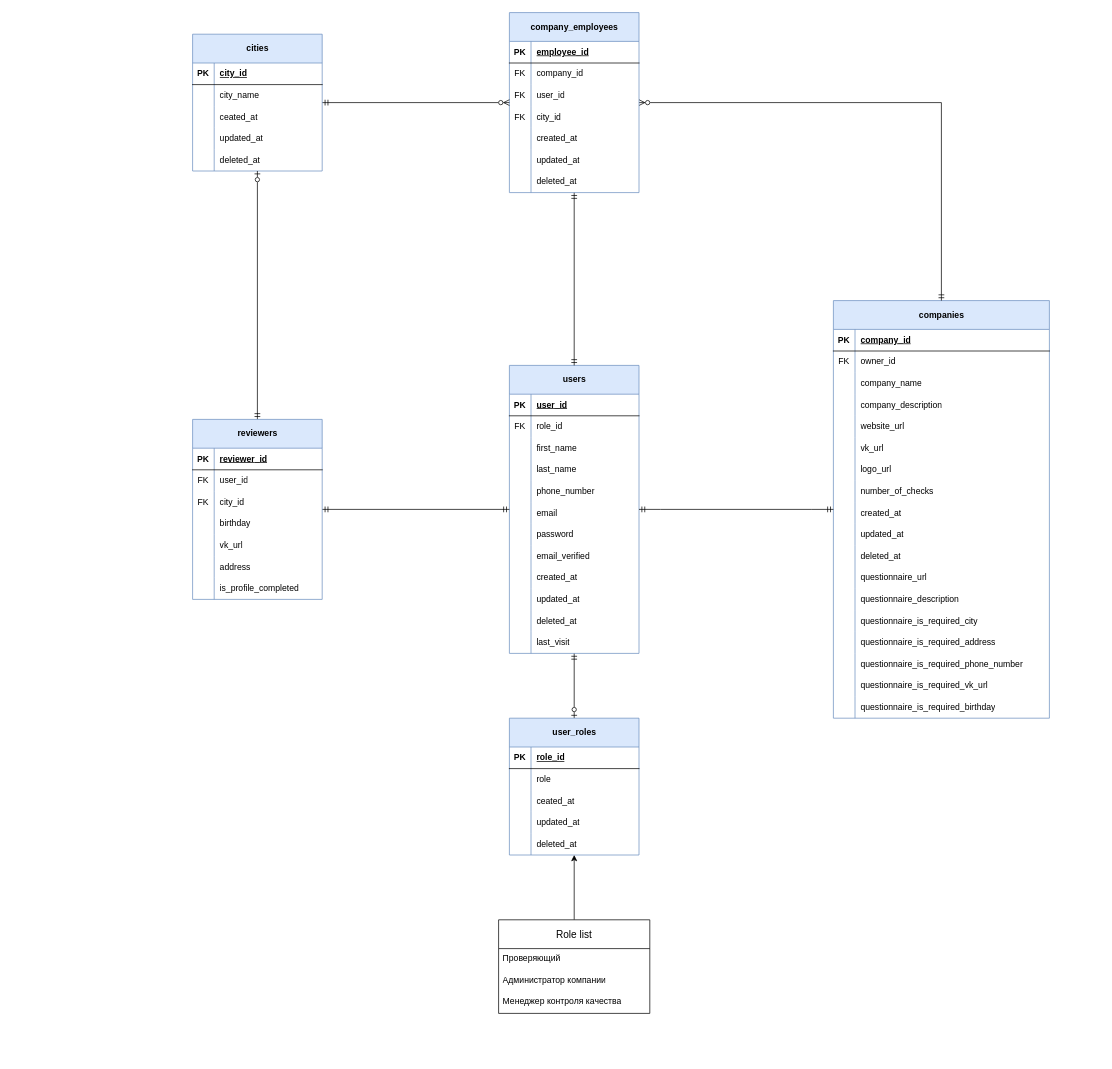
Before: db-schema.drawio in kuznetsovsky/stealth-check-api, a draw.io diagram. Source tidied: cells renumbered, new cells numbered last; positions are measured from the earlier drawing's top-left corner, leaving out a move shared by most shapes. Both pictures are drawn from the tidied source at 72%, with x=0, y=0 at pixel (192, 12).
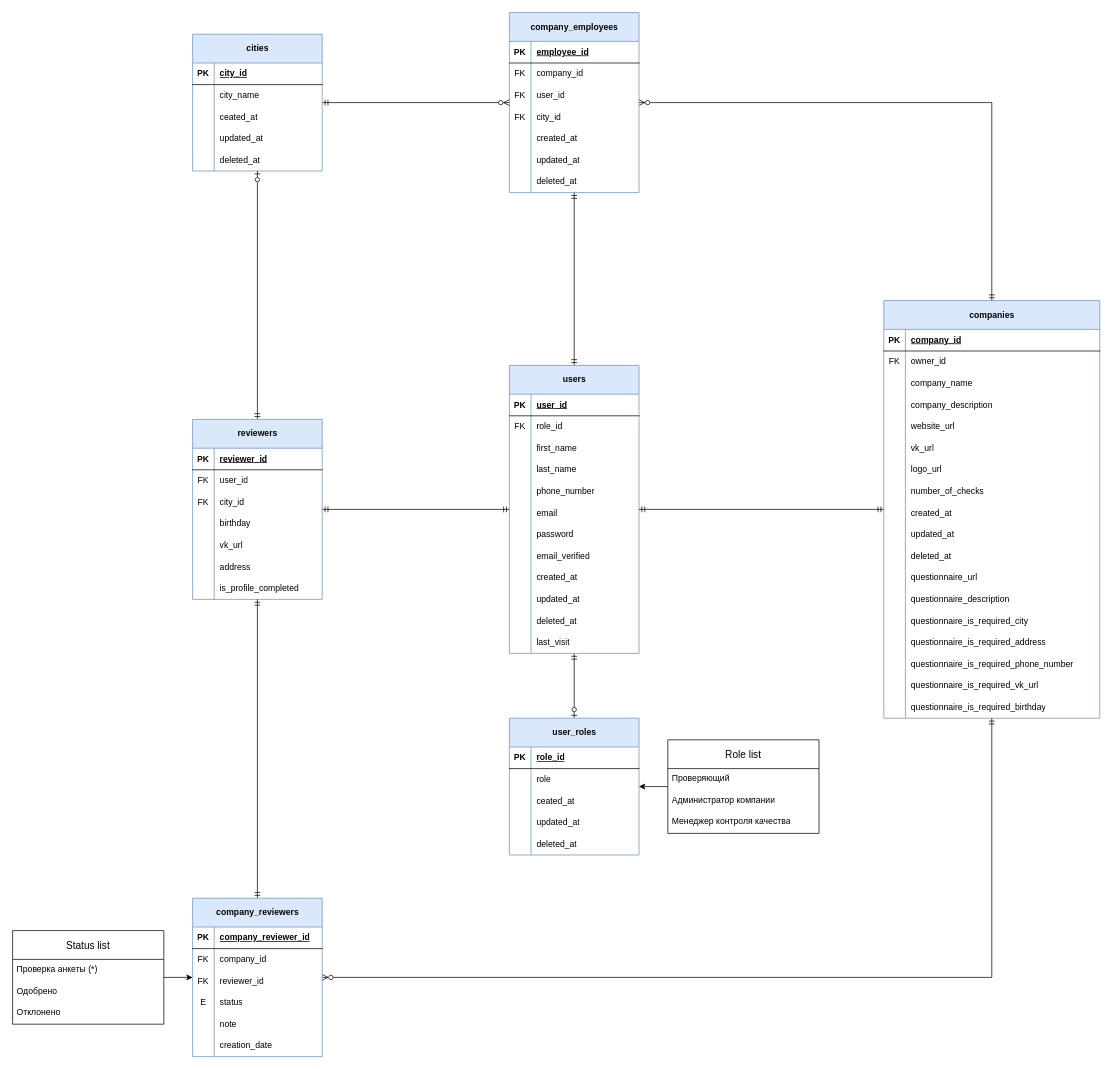
The same page after the edit.

Commit message:
chore: create company reviewers table schema

Unchanged cells that the change refers to:
```xml
<mxCell id="160" value="reviewers" style="shape=table;startSize=40;childLayout=tableLayout;rowLines=0;fontStyle=1;align=center;html=1;fillColor=#dae8fc;strokeColor=#6c8ebf;" parent="1" vertex="1">
  <mxGeometry y="565" width="180" height="250" as="geometry" />
</mxCell>
```

Diff of the diagram source:
```diff
@@
     <mxCell id="57" value="Role list" style="swimlane;fontStyle=0;horizontal=1;startSize=40;align=center;fontSize=14;" parent="1" vertex="1">
-      <mxGeometry x="425" y="1260" width="210" height="130" as="geometry" />
+      <mxGeometry x="660" y="1010" width="210" height="130" as="geometry" />
     </mxCell>
@@
     <mxCell id="61" value="companies" style="shape=table;startSize=40;childLayout=tableLayout;rowLines=0;fontStyle=1;align=center;html=1;fillColor=#dae8fc;strokeColor=#6c8ebf;" parent="1" vertex="1">
-      <mxGeometry x="890" y="400" width="300" height="580" as="geometry" />
+      <mxGeometry x="960" y="400" width="300" height="580" as="geometry" />
     </mxCell>
@@
+    <mxCell id="182" style="edgeStyle=orthogonalEdgeStyle;rounded=0;jettySize=auto;html=1;startArrow=ERmandOne;startFill=0;endArrow=ERmandOne;endFill=0;" parent="1" edge="1" source="184" target="160">
+      <mxGeometry relative="1" as="geometry" />
+    </mxCell>
+    <mxCell id="183" style="edgeStyle=orthogonalEdgeStyle;rounded=0;jettySize=auto;html=1;endArrow=ERmandOne;endFill=0;startArrow=ERzeroToMany;startFill=0;" parent="1" edge="1" source="184" target="61">
+      <mxGeometry relative="1" as="geometry" />
+    </mxCell>
+    <mxCell id="184" value="company_reviewers" style="shape=table;startSize=40;childLayout=tableLayout;rowLines=0;fontStyle=1;align=center;html=1;fillColor=#dae8fc;strokeColor=#6c8ebf;" parent="1" vertex="1">
+      <mxGeometry y="1230" width="180" height="220" as="geometry" />
+    </mxCell>
+    <mxCell id="185" style="shape=tableRow;horizontal=0;startSize=0;swimlaneHead=0;swimlaneBody=0;fillColor=none;top=0;left=0;right=0;bottom=1;" parent="184" vertex="1">
+      <mxGeometry y="40" width="180" height="30" as="geometry" />
+    </mxCell>
+    <mxCell id="186" value="PK" style="shape=partialRectangle;fillColor=none;top=0;left=0;bottom=0;right=0;fontStyle=1;overflow=hidden;whiteSpace=wrap;html=1;" parent="185" vertex="1">
+      <mxGeometry width="30" height="30" as="geometry" />
+    </mxCell>
+    <mxCell id="187" value="&lt;span style=&quot;text-align: center; text-wrap-mode: nowrap;&quot;&gt;company_reviewer&lt;/span&gt;_id" style="shape=partialRectangle;fillColor=none;top=0;left=0;bottom=0;right=0;align=left;spacingLeft=6;fontStyle=5;overflow=hidden;whiteSpace=wrap;html=1;" parent="185" vertex="1">
+      <mxGeometry x="30" width="150" height="30" as="geometry" />
+    </mxCell>
+    <mxCell id="188" style="shape=tableRow;horizontal=0;startSize=0;swimlaneHead=0;swimlaneBody=0;fillColor=none;top=0;left=0;right=0;bottom=0;" parent="184" vertex="1">
+      <mxGeometry y="70" width="180" height="30" as="geometry" />
+    </mxCell>
+    <mxCell id="189" value="FK" style="shape=partialRectangle;fillColor=none;top=0;left=0;bottom=0;right=0;overflow=hidden;whiteSpace=wrap;html=1;" parent="188" vertex="1">
+      <mxGeometry width="30" height="30" as="geometry" />
+    </mxCell>
+    <mxCell id="190" value="company_id" style="shape=partialRectangle;fillColor=none;top=0;left=0;bottom=0;right=0;align=left;spacingLeft=6;overflow=hidden;whiteSpace=wrap;html=1;" parent="188" vertex="1">
+      <mxGeometry x="30" width="150" height="30" as="geometry" />
+    </mxCell>
+    <mxCell id="191" style="shape=tableRow;horizontal=0;startSize=0;swimlaneHead=0;swimlaneBody=0;fillColor=none;top=0;left=0;right=0;bottom=0;" parent="184" vertex="1">
+      <mxGeometry y="100" width="180" height="30" as="geometry" />
+    </mxCell>
+    <mxCell id="192" value="FK" style="shape=partialRectangle;fillColor=none;top=0;left=0;bottom=0;right=0;overflow=hidden;whiteSpace=wrap;html=1;" parent="191" vertex="1">
+      <mxGeometry width="30" height="30" as="geometry" />
+    </mxCell>
+    <mxCell id="193" value="reviewer_id" style="shape=partialRectangle;fillColor=none;top=0;left=0;bottom=0;right=0;align=left;spacingLeft=6;overflow=hidden;whiteSpace=wrap;html=1;" parent="191" vertex="1">
+      <mxGeometry x="30" width="150" height="30" as="geometry" />
+    </mxCell>
+    <mxCell id="194" style="shape=tableRow;horizontal=0;startSize=0;swimlaneHead=0;swimlaneBody=0;fillColor=none;top=0;left=0;right=0;bottom=0;" parent="184" vertex="1">
+      <mxGeometry y="130" width="180" height="30" as="geometry" />
+    </mxCell>
+    <mxCell id="195" value="E" style="shape=partialRectangle;fillColor=none;top=0;left=0;bottom=0;right=0;overflow=hidden;whiteSpace=wrap;html=1;" parent="194" vertex="1">
+      <mxGeometry width="30" height="30" as="geometry" />
+    </mxCell>
+    <mxCell id="196" value="status" style="shape=partialRectangle;fillColor=none;top=0;left=0;bottom=0;right=0;align=left;spacingLeft=6;overflow=hidden;whiteSpace=wrap;html=1;" parent="194" vertex="1">
+      <mxGeometry x="30" width="150" height="30" as="geometry" />
+    </mxCell>
+    <mxCell id="197" style="shape=tableRow;horizontal=0;startSize=0;swimlaneHead=0;swimlaneBody=0;fillColor=none;top=0;left=0;right=0;bottom=0;" parent="184" vertex="1">
+      <mxGeometry y="160" width="180" height="30" as="geometry" />
+    </mxCell>
+    <mxCell id="198" style="shape=partialRectangle;fillColor=none;top=0;left=0;bottom=0;right=0;overflow=hidden;whiteSpace=wrap;html=1;" parent="197" vertex="1">
+      <mxGeometry width="30" height="30" as="geometry" />
+    </mxCell>
+    <mxCell id="199" value="note" style="shape=partialRectangle;fillColor=none;top=0;left=0;bottom=0;right=0;align=left;spacingLeft=6;overflow=hidden;whiteSpace=wrap;html=1;" parent="197" vertex="1">
+      <mxGeometry x="30" width="150" height="30" as="geometry" />
+    </mxCell>
+    <mxCell id="200" style="shape=tableRow;horizontal=0;startSize=0;swimlaneHead=0;swimlaneBody=0;fillColor=none;top=0;left=0;right=0;bottom=0;" parent="184" vertex="1">
+      <mxGeometry y="190" width="180" height="30" as="geometry" />
+    </mxCell>
+    <mxCell id="201" style="shape=partialRectangle;fillColor=none;top=0;left=0;bottom=0;right=0;overflow=hidden;whiteSpace=wrap;html=1;" parent="200" vertex="1">
+      <mxGeometry width="30" height="30" as="geometry" />
+    </mxCell>
+    <mxCell id="202" value="creation_date" style="shape=partialRectangle;fillColor=none;top=0;left=0;bottom=0;right=0;align=left;spacingLeft=6;overflow=hidden;whiteSpace=wrap;html=1;" parent="200" vertex="1">
+      <mxGeometry x="30" width="150" height="30" as="geometry" />
+    </mxCell>
+    <mxCell id="203" style="edgeStyle=orthogonalEdgeStyle;rounded=0;jettySize=auto;html=1;" parent="1" edge="1" source="204" target="184">
+      <mxGeometry relative="1" as="geometry" />
+    </mxCell>
+    <mxCell id="204" value="Status list" style="swimlane;fontStyle=0;horizontal=1;startSize=40;align=center;fontSize=14;" parent="1" vertex="1">
+      <mxGeometry x="-250" y="1275" width="210" height="130" as="geometry" />
+    </mxCell>
+    <mxCell id="205" value="Проверка анкеты (*)" style="text;strokeColor=none;fillColor=none;spacingLeft=4;spacingRight=4;overflow=hidden;fontSize=12;whiteSpace=wrap;html=1;" parent="204" vertex="1">
+      <mxGeometry y="40" width="210" height="30" as="geometry" />
+    </mxCell>
+    <mxCell id="206" value="Одобрено" style="text;strokeColor=none;fillColor=none;spacingLeft=4;spacingRight=4;overflow=hidden;fontSize=12;whiteSpace=wrap;html=1;" parent="204" vertex="1">
+      <mxGeometry y="70" width="210" height="30" as="geometry" />
+    </mxCell>
+    <mxCell id="207" value="Отклонено" style="text;strokeColor=none;fillColor=none;spacingLeft=4;spacingRight=4;overflow=hidden;fontSize=12;whiteSpace=wrap;html=1;" parent="204" vertex="1">
+      <mxGeometry y="100" width="210" height="30" as="geometry" />
+    </mxCell>
```
